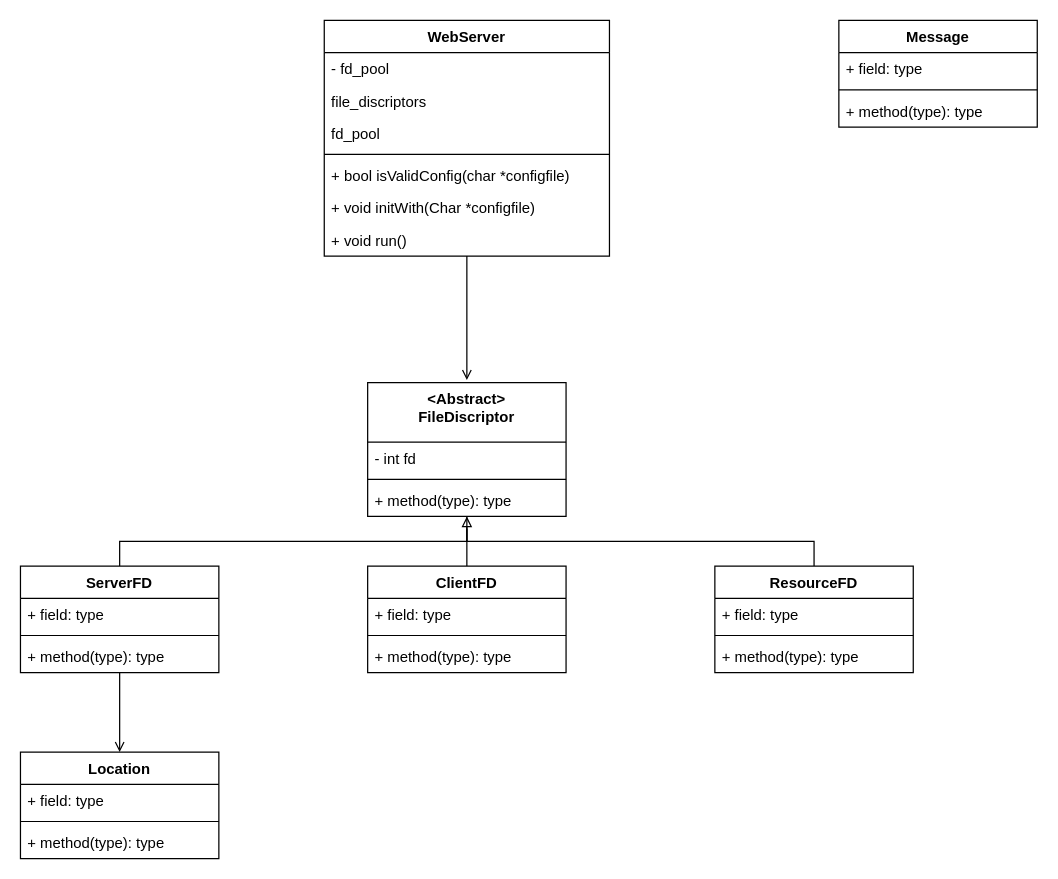
The draw.io diagram doc/Untitled Diagram.drawio in Likilee/webserv, before the edit. Source tidied: cells renumbered, new cells numbered last; positions are measured from the earlier drawing's top-left corner, leaving out a move shared by most shapes. Both pictures are drawn from the tidied source at 124%, with x=0, y=0 at pixel (20, 20).
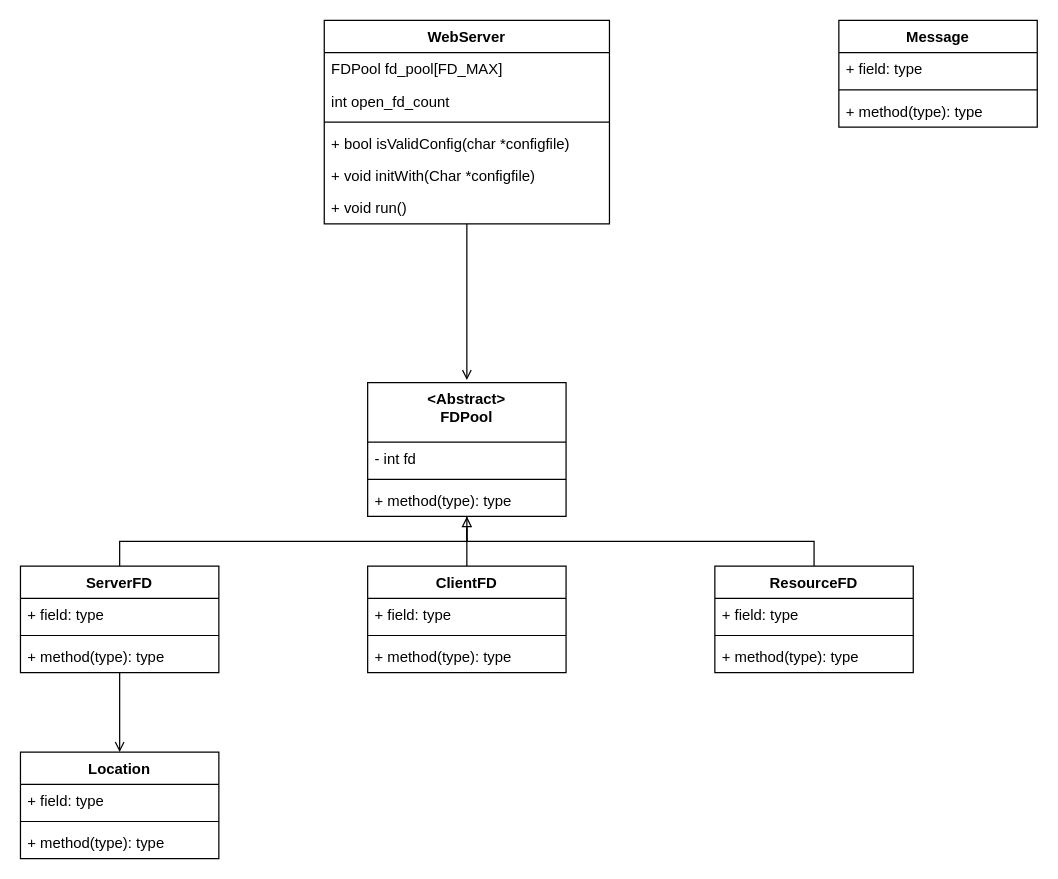
After the change.

The edit, as a diff of the source:
```diff
@@
     <mxCell id="3" value="WebServer" style="swimlane;fontStyle=1;align=center;verticalAlign=top;horizontal=1;startSize=26;" parent="1" vertex="1">
-      <mxGeometry x="245" width="230" height="190" as="geometry" />
+      <mxGeometry x="245" width="230" height="164" as="geometry" />
     </mxCell>
-    <mxCell id="4" value="- fd_pool" style="text;strokeColor=none;fillColor=none;align=left;verticalAlign=top;spacingLeft=4;spacingRight=4;overflow=hidden;" parent="3" vertex="1">
+    <mxCell id="4" value="FDPool fd_pool[FD_MAX]" style="text;strokeColor=none;fillColor=none;align=left;verticalAlign=top;spacingLeft=4;spacingRight=4;overflow=hidden;" parent="3" vertex="1">
       <mxGeometry y="26" width="230" height="26" as="geometry" />
     </mxCell>
-    <mxCell id="5" value="file_discriptors" style="text;strokeColor=none;fillColor=none;align=left;verticalAlign=top;spacingLeft=4;spacingRight=4;overflow=hidden;" parent="3" vertex="1">
+    <mxCell id="5" value="int open_fd_count" style="text;strokeColor=none;fillColor=none;align=left;verticalAlign=top;spacingLeft=4;spacingRight=4;overflow=hidden;" parent="3" vertex="1">
       <mxGeometry y="52" width="230" height="26" as="geometry" />
     </mxCell>
-    <mxCell id="6" value="fd_pool" style="text;strokeColor=none;fillColor=none;align=left;verticalAlign=top;spacingLeft=4;spacingRight=4;overflow=hidden;" parent="3" vertex="1">
-      <mxGeometry y="78" width="230" height="26" as="geometry" />
-    </mxCell>
     <mxCell id="7" style="line;strokeWidth=1;fillColor=none;align=left;verticalAlign=middle;spacingTop=-1;spacingLeft=3;spacingRight=3;labelPosition=right;" parent="3" vertex="1">
-      <mxGeometry y="104" width="230" height="8" as="geometry" />
+      <mxGeometry y="78" width="230" height="8" as="geometry" />
     </mxCell>
     <mxCell id="8" value="+ bool isValidConfig(char *configfile)" style="text;strokeColor=none;fillColor=none;align=left;verticalAlign=top;spacingLeft=4;spacingRight=4;overflow=hidden;" parent="3" vertex="1">
-      <mxGeometry y="112" width="230" height="26" as="geometry" />
+      <mxGeometry y="86" width="230" height="26" as="geometry" />
     </mxCell>
     <mxCell id="9" value="+ void initWith(Char *configfile)" style="text;strokeColor=none;fillColor=none;align=left;verticalAlign=top;spacingLeft=4;spacingRight=4;overflow=hidden;" parent="3" vertex="1">
-      <mxGeometry y="138" width="230" height="26" as="geometry" />
+      <mxGeometry y="112" width="230" height="26" as="geometry" />
     </mxCell>
     <mxCell id="10" value="+ void run()" style="text;strokeColor=none;fillColor=none;align=left;verticalAlign=top;spacingLeft=4;spacingRight=4;overflow=hidden;" parent="3" vertex="1">
-      <mxGeometry y="164" width="230" height="26" as="geometry" />
+      <mxGeometry y="138" width="230" height="26" as="geometry" />
     </mxCell>
-    <mxCell id="11" value="&lt;Abstract&gt;&#10;FileDiscriptor" style="swimlane;fontStyle=1;align=center;verticalAlign=top;horizontal=1;startSize=48;" parent="1" vertex="1">
+    <mxCell id="11" value="&lt;Abstract&gt;&#10;FDPool" style="swimlane;fontStyle=1;align=center;verticalAlign=top;horizontal=1;startSize=48;" parent="1" vertex="1">
       <mxGeometry x="280" y="292" width="160" height="108" as="geometry" />
     </mxCell>
```
